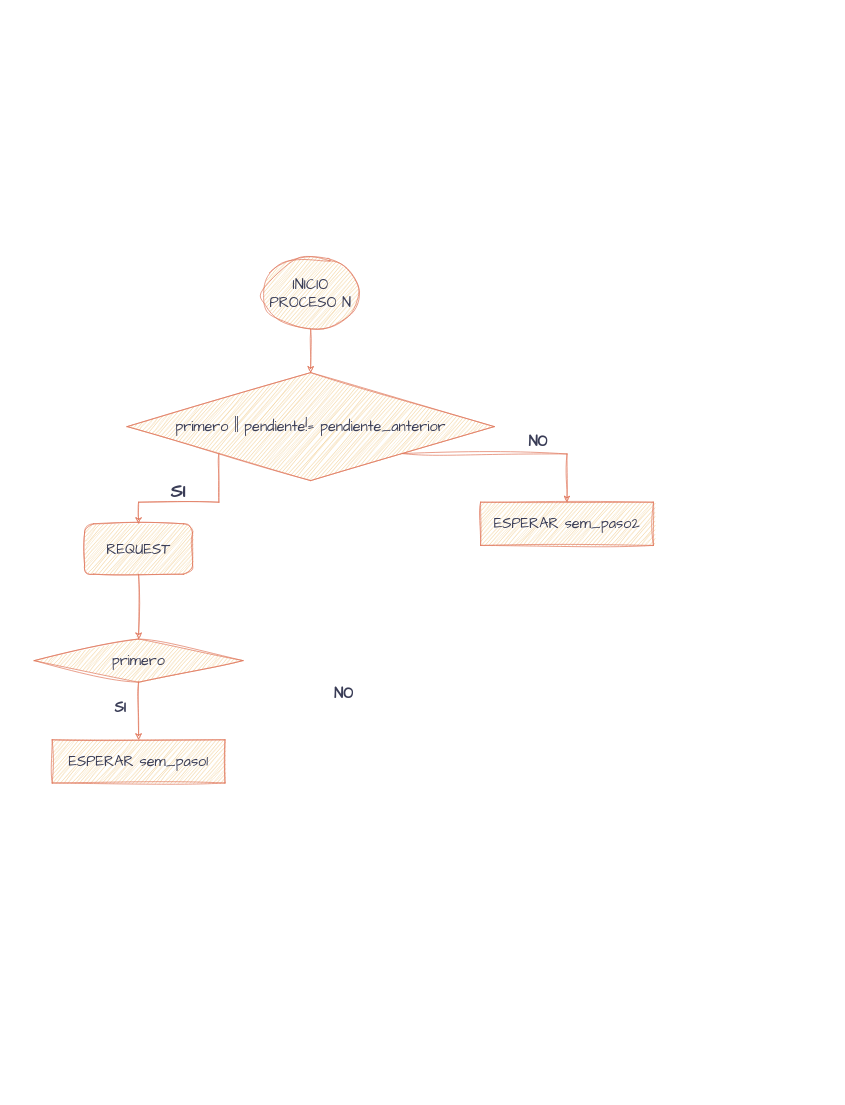
Above: Diagrama sin título.drawio in arias22/PROYECTO_CON_TICKETS (draw.io), before the change. Source tidied: cells renumbered, new cells numbered last; positions are measured from the earlier drawing's top-left corner, leaving out a move shared by most shapes. Both pictures are drawn from the tidied source at 72%, with x=0, y=0 at pixel (34, 257).
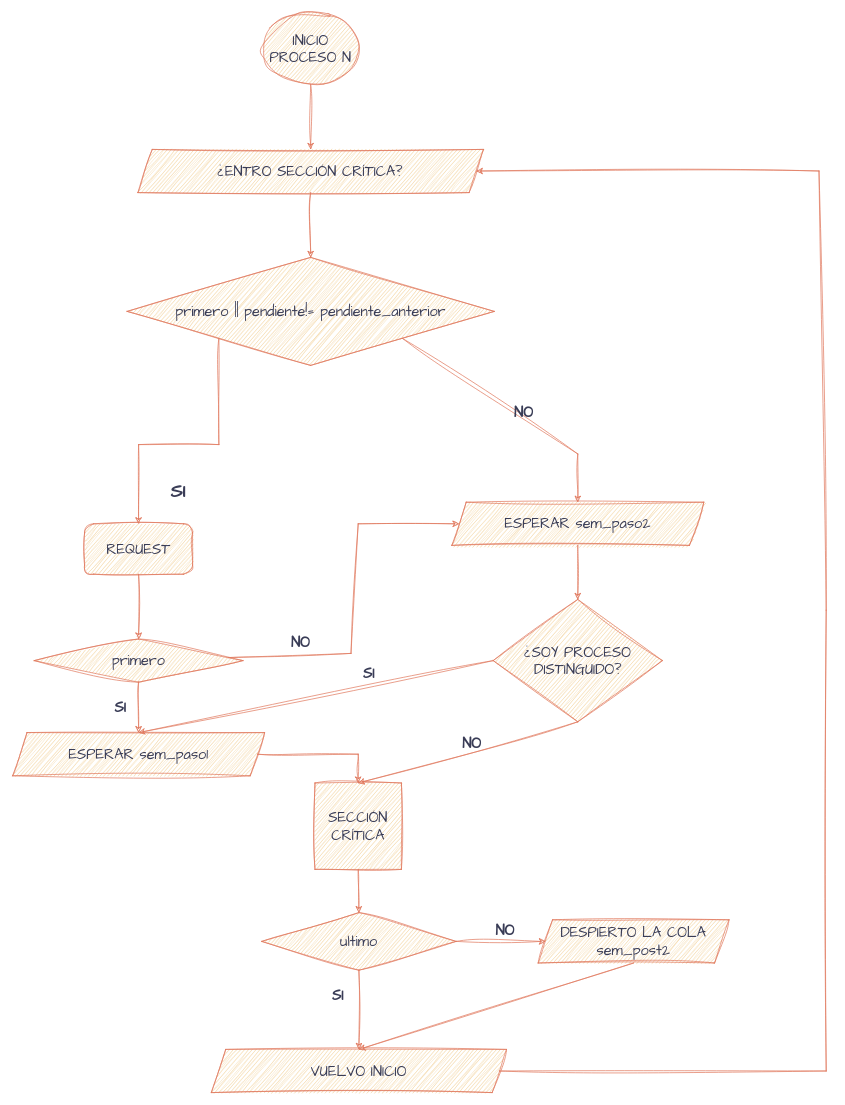
After the change.

Unchanged cells that the change refers to:
```xml
<mxCell id="9" value="primero" style="rhombus;whiteSpace=wrap;html=1;sketch=1;hachureGap=4;jiggle=2;curveFitting=1;strokeColor=#E07A5F;fontFamily=Architects Daughter;fontSize=20;fontColor=#393C56;fillColor=#F2CC8F;" parent="1" vertex="1">
  <mxGeometry y="530" width="290" height="60" as="geometry" />
</mxCell>
```

What changed in the source:
```diff
@@
     <mxCell id="2" value="INICIO PROCESO N" style="ellipse;whiteSpace=wrap;html=1;sketch=1;hachureGap=4;jiggle=2;curveFitting=1;strokeColor=#E07A5F;fontFamily=Architects Daughter;fontSize=20;fontColor=#393C56;fillColor=#F2CC8F;" parent="1" vertex="1">
-      <mxGeometry x="316" width="136" height="100" as="geometry" />
+      <mxGeometry x="316" y="-340" width="136" height="100" as="geometry" />
     </mxCell>
-    <mxCell id="3" style="endArrow=classic;html=1;rounded=0;sketch=1;hachureGap=4;jiggle=2;curveFitting=1;strokeColor=#E07A5F;fontFamily=Architects Daughter;fontSize=16;fontColor=#393C56;fillColor=#F2CC8F;exitX=0.5;exitY=1;exitDx=0;exitDy=0;entryX=0.5;entryY=0;entryDx=0;entryDy=0;" parent="1" edge="1" source="2" target="5">
-      <mxGeometry relative="1" as="geometry" />
-    </mxCell>
@@
     <mxCell id="5" value="primero || pendiente!= pendiente_anterior" style="rhombus;whiteSpace=wrap;html=1;sketch=1;hachureGap=4;jiggle=2;curveFitting=1;strokeColor=#E07A5F;fontFamily=Architects Daughter;fontSize=20;fontColor=#393C56;fillColor=#F2CC8F;" parent="1" vertex="1">
-      <mxGeometry x="129" y="160" width="510" height="150" as="geometry" />
+      <mxGeometry x="129" width="510" height="150" as="geometry" />
     </mxCell>
@@
-    <mxCell id="10" value="ESPERAR sem_paso1" style="rounded=0;whiteSpace=wrap;html=1;sketch=1;hachureGap=4;jiggle=2;curveFitting=1;strokeColor=#E07A5F;fontFamily=Architects Daughter;fontSize=20;fontColor=#393C56;fillColor=#F2CC8F;" parent="1" vertex="1">
-      <mxGeometry x="25" y="670" width="240" height="60" as="geometry" />
-    </mxCell>
-    <mxCell id="11" value="ESPERAR sem_paso2" style="rounded=0;whiteSpace=wrap;html=1;sketch=1;hachureGap=4;jiggle=2;curveFitting=1;strokeColor=#E07A5F;fontFamily=Architects Daughter;fontSize=20;fontColor=#393C56;fillColor=#F2CC8F;" parent="1" vertex="1">
-      <mxGeometry x="620" y="340" width="240" height="60" as="geometry" />
-    </mxCell>
@@
     <mxCell id="14" value="&lt;b&gt;NO&lt;/b&gt;" style="text;html=1;strokeColor=none;fillColor=none;align=center;verticalAlign=middle;whiteSpace=wrap;rounded=0;fontSize=20;fontFamily=Architects Daughter;fontColor=#393C56;" parent="1" vertex="1">
-      <mxGeometry x="400" y="590" width="60" height="30" as="geometry" />
+      <mxGeometry x="340" y="520" width="60" height="30" as="geometry" />
     </mxCell>
     <mxCell id="15" style="endArrow=classic;html=1;rounded=0;sketch=1;hachureGap=4;jiggle=2;curveFitting=1;strokeColor=#E07A5F;fontFamily=Architects Daughter;fontSize=16;fontColor=#393C56;fillColor=#F2CC8F;exitX=1;exitY=1;exitDx=0;exitDy=0;entryX=0.5;entryY=0;entryDx=0;entryDy=0;" parent="1" edge="1" source="5" target="11">
       <mxGeometry relative="1" as="geometry">
         <Array as="points">
-          <mxPoint x="740" y="273" />
+          <mxPoint x="755" y="273" />
         </Array>
       </mxGeometry>
     </mxCell>
     <mxCell id="16" value="&lt;b&gt;NO&lt;/b&gt;" style="text;html=1;strokeColor=none;fillColor=none;align=center;verticalAlign=middle;whiteSpace=wrap;rounded=0;fontSize=20;fontFamily=Architects Daughter;fontColor=#393C56;" parent="1" vertex="1">
-      <mxGeometry x="670" y="240" width="60" height="30" as="geometry" />
+      <mxGeometry x="650" y="200" width="60" height="30" as="geometry" />
     </mxCell>
+    <mxCell id="17" style="endArrow=classic;html=1;rounded=0;sketch=1;hachureGap=4;jiggle=2;curveFitting=1;strokeColor=#E07A5F;fontFamily=Architects Daughter;fontSize=16;fontColor=#393C56;fillColor=#F2CC8F;entryX=0;entryY=0.5;entryDx=0;entryDy=0;" parent="1" edge="1" source="9" target="11">
+      <mxGeometry relative="1" as="geometry">
+        <Array as="points">
+          <mxPoint x="440" y="550" />
+          <mxPoint x="450" y="370" />
+        </Array>
+      </mxGeometry>
+    </mxCell>
+    <mxCell id="10" value="ESPERAR sem_paso1" style="shape=parallelogram;perimeter=parallelogramPerimeter;whiteSpace=wrap;html=1;fixedSize=1;sketch=1;hachureGap=4;jiggle=2;curveFitting=1;strokeColor=#E07A5F;fontFamily=Architects Daughter;fontSize=20;fontColor=#393C56;fillColor=#F2CC8F;" parent="1" vertex="1">
+      <mxGeometry x="-30" y="660" width="350" height="60" as="geometry" />
+    </mxCell>
+    <mxCell id="11" value="ESPERAR sem_paso2" style="shape=parallelogram;perimeter=parallelogramPerimeter;whiteSpace=wrap;html=1;fixedSize=1;sketch=1;hachureGap=4;jiggle=2;curveFitting=1;strokeColor=#E07A5F;fontFamily=Architects Daughter;fontSize=20;fontColor=#393C56;fillColor=#F2CC8F;" parent="1" vertex="1">
+      <mxGeometry x="580" y="340" width="350" height="60" as="geometry" />
+    </mxCell>
+    <mxCell id="18" value="&lt;div&gt;SECCIÓN&lt;/div&gt;&lt;div&gt;CRÍTICA&lt;br&gt;&lt;/div&gt;" style="whiteSpace=wrap;html=1;sketch=1;hachureGap=4;jiggle=2;curveFitting=1;strokeColor=#E07A5F;fontFamily=Architects Daughter;fontSize=20;fontColor=#393C56;fillColor=#F2CC8F;" parent="1" vertex="1">
+      <mxGeometry x="390" y="730" width="120" height="120" as="geometry" />
+    </mxCell>
+    <mxCell id="19" style="endArrow=classic;html=1;rounded=0;sketch=1;hachureGap=4;jiggle=2;curveFitting=1;strokeColor=#E07A5F;fontFamily=Architects Daughter;fontSize=16;fontColor=#393C56;fillColor=#F2CC8F;exitX=1;exitY=0.5;exitDx=0;exitDy=0;entryX=0.5;entryY=0;entryDx=0;entryDy=0;" parent="1" edge="1" source="10" target="18">
+      <mxGeometry relative="1" as="geometry">
+        <Array as="points">
+          <mxPoint x="450" y="690" />
+        </Array>
+      </mxGeometry>
+    </mxCell>
+    <mxCell id="20" value="ultimo" style="rhombus;whiteSpace=wrap;html=1;sketch=1;hachureGap=4;jiggle=2;curveFitting=1;strokeColor=#E07A5F;fontFamily=Architects Daughter;fontSize=20;fontColor=#393C56;fillColor=#F2CC8F;" parent="1" vertex="1">
+      <mxGeometry x="316" y="910" width="270" height="80" as="geometry" />
+    </mxCell>
+    <mxCell id="21" style="endArrow=classic;html=1;rounded=0;sketch=1;hachureGap=4;jiggle=2;curveFitting=1;strokeColor=#E07A5F;fontFamily=Architects Daughter;fontSize=16;fontColor=#393C56;fillColor=#F2CC8F;exitX=0.5;exitY=1;exitDx=0;exitDy=0;entryX=0.5;entryY=0;entryDx=0;entryDy=0;" parent="1" edge="1" source="18" target="20">
+      <mxGeometry relative="1" as="geometry" />
+    </mxCell>
+    <mxCell id="22" style="endArrow=classic;html=1;rounded=0;sketch=1;hachureGap=4;jiggle=2;curveFitting=1;strokeColor=#E07A5F;fontFamily=Architects Daughter;fontSize=16;fontColor=#393C56;fillColor=#F2CC8F;exitX=0.5;exitY=1;exitDx=0;exitDy=0;entryX=0.5;entryY=0;entryDx=0;entryDy=0;" parent="1" edge="1" source="20" target="28">
+      <mxGeometry relative="1" as="geometry" />
+    </mxCell>
+    <mxCell id="23" value="&lt;b&gt;SI&lt;/b&gt;" style="text;html=1;strokeColor=none;fillColor=none;align=center;verticalAlign=middle;whiteSpace=wrap;rounded=0;fontSize=20;fontFamily=Architects Daughter;fontColor=#393C56;" parent="1" vertex="1">
+      <mxGeometry x="392" y="1010" width="60" height="30" as="geometry" />
+    </mxCell>
+    <mxCell id="24" style="edgeStyle=orthogonalEdgeStyle;rounded=0;sketch=1;hachureGap=4;jiggle=2;curveFitting=1;orthogonalLoop=1;jettySize=auto;html=1;exitX=0.5;exitY=1;exitDx=0;exitDy=0;strokeColor=#E07A5F;fontFamily=Architects Daughter;fontSize=16;fontColor=#393C56;fillColor=#F2CC8F;" parent="1" edge="1" source="23" target="23">
+      <mxGeometry relative="1" as="geometry" />
+    </mxCell>
+    <mxCell id="25" value="¿ENTRO SECCIÓN CRÍTICA?" style="shape=parallelogram;perimeter=parallelogramPerimeter;whiteSpace=wrap;html=1;fixedSize=1;sketch=1;hachureGap=4;jiggle=2;curveFitting=1;strokeColor=#E07A5F;fontFamily=Architects Daughter;fontSize=20;fontColor=#393C56;fillColor=#F2CC8F;" parent="1" vertex="1">
+      <mxGeometry x="144" y="-150" width="480" height="60" as="geometry" />
+    </mxCell>
+    <mxCell id="26" style="endArrow=classic;html=1;rounded=0;sketch=1;hachureGap=4;jiggle=2;curveFitting=1;strokeColor=#E07A5F;fontFamily=Architects Daughter;fontSize=16;fontColor=#393C56;fillColor=#F2CC8F;exitX=0.5;exitY=1;exitDx=0;exitDy=0;entryX=0.5;entryY=0;entryDx=0;entryDy=0;" parent="1" edge="1" source="25" target="5">
+      <mxGeometry relative="1" as="geometry" />
+    </mxCell>
+    <mxCell id="27" style="endArrow=classic;html=1;rounded=0;sketch=1;hachureGap=4;jiggle=2;curveFitting=1;strokeColor=#E07A5F;fontFamily=Architects Daughter;fontSize=16;fontColor=#393C56;fillColor=#F2CC8F;exitX=0.5;exitY=1;exitDx=0;exitDy=0;entryX=0.5;entryY=0;entryDx=0;entryDy=0;" parent="1" edge="1" source="2" target="25">
+      <mxGeometry relative="1" as="geometry" />
+    </mxCell>
+    <mxCell id="28" value="VUELVO INICIO" style="shape=parallelogram;perimeter=parallelogramPerimeter;whiteSpace=wrap;html=1;fixedSize=1;sketch=1;hachureGap=4;jiggle=2;curveFitting=1;strokeColor=#E07A5F;fontFamily=Architects Daughter;fontSize=20;fontColor=#393C56;fillColor=#F2CC8F;" parent="1" vertex="1">
+      <mxGeometry x="246" y="1100" width="410" height="60" as="geometry" />
+    </mxCell>
+    <mxCell id="29" style="endArrow=classic;html=1;rounded=0;sketch=1;hachureGap=4;jiggle=2;curveFitting=1;strokeColor=#E07A5F;fontFamily=Architects Daughter;fontSize=16;fontColor=#393C56;fillColor=#F2CC8F;exitX=1;exitY=0.5;exitDx=0;exitDy=0;entryX=1;entryY=0.5;entryDx=0;entryDy=0;" parent="1" edge="1" source="28" target="25">
+      <mxGeometry relative="1" as="geometry">
+        <Array as="points">
+          <mxPoint x="1100" y="1130" />
+          <mxPoint x="1100" y="490" />
+          <mxPoint x="1090" y="-120" />
+        </Array>
+      </mxGeometry>
+    </mxCell>
+    <mxCell id="30" value="&lt;b&gt;NO&lt;/b&gt;" style="text;html=1;strokeColor=none;fillColor=none;align=center;verticalAlign=middle;whiteSpace=wrap;rounded=0;fontSize=20;fontFamily=Architects Daughter;fontColor=#393C56;" parent="1" vertex="1">
+      <mxGeometry x="624" y="920" width="60" height="30" as="geometry" />
+    </mxCell>
+    <mxCell id="31" value="¿SOY PROCESO DISTINGUIDO?" style="rhombus;whiteSpace=wrap;html=1;sketch=1;hachureGap=4;jiggle=2;curveFitting=1;strokeColor=#E07A5F;fontFamily=Architects Daughter;fontSize=20;fontColor=#393C56;fillColor=#F2CC8F;" parent="1" vertex="1">
+      <mxGeometry x="637.5" y="475" width="235" height="170" as="geometry" />
+    </mxCell>
+    <mxCell id="32" style="endArrow=classic;html=1;rounded=0;sketch=1;hachureGap=4;jiggle=2;curveFitting=1;strokeColor=#E07A5F;fontFamily=Architects Daughter;fontSize=16;fontColor=#393C56;fillColor=#F2CC8F;exitX=0.5;exitY=1;exitDx=0;exitDy=0;entryX=0.5;entryY=0;entryDx=0;entryDy=0;" parent="1" edge="1" source="11" target="31">
+      <mxGeometry relative="1" as="geometry" />
+    </mxCell>
+    <mxCell id="33" value="&lt;div&gt;DESPIERTO LA COLA&lt;/div&gt;&lt;div&gt;sem_post2&lt;br&gt;&lt;/div&gt;" style="shape=parallelogram;perimeter=parallelogramPerimeter;whiteSpace=wrap;html=1;fixedSize=1;sketch=1;hachureGap=4;jiggle=2;curveFitting=1;strokeColor=#E07A5F;fontFamily=Architects Daughter;fontSize=20;fontColor=#393C56;fillColor=#F2CC8F;" parent="1" vertex="1">
+      <mxGeometry x="700" y="920" width="265" height="60" as="geometry" />
+    </mxCell>
+    <mxCell id="34" style="endArrow=classic;html=1;rounded=0;sketch=1;hachureGap=4;jiggle=2;curveFitting=1;strokeColor=#E07A5F;fontFamily=Architects Daughter;fontSize=16;fontColor=#393C56;fillColor=#F2CC8F;exitX=1;exitY=0.5;exitDx=0;exitDy=0;entryX=0;entryY=0.5;entryDx=0;entryDy=0;" parent="1" edge="1" source="20" target="33">
+      <mxGeometry relative="1" as="geometry" />
+    </mxCell>
+    <mxCell id="35" style="endArrow=classic;html=1;rounded=0;sketch=1;hachureGap=4;jiggle=2;curveFitting=1;strokeColor=#E07A5F;fontFamily=Architects Daughter;fontSize=16;fontColor=#393C56;fillColor=#F2CC8F;exitX=0.5;exitY=1;exitDx=0;exitDy=0;entryX=0.5;entryY=0;entryDx=0;entryDy=0;" parent="1" edge="1" source="33" target="28">
+      <mxGeometry relative="1" as="geometry" />
+    </mxCell>
+    <mxCell id="36" style="endArrow=classic;html=1;rounded=0;sketch=1;hachureGap=4;jiggle=2;curveFitting=1;strokeColor=#E07A5F;fontFamily=Architects Daughter;fontSize=16;fontColor=#393C56;fillColor=#F2CC8F;exitX=0;exitY=0.5;exitDx=0;exitDy=0;entryX=0.5;entryY=0;entryDx=0;entryDy=0;" parent="1" edge="1" source="31" target="10">
+      <mxGeometry relative="1" as="geometry" />
+    </mxCell>
+    <mxCell id="37" value="&lt;b&gt;SI&lt;/b&gt;" style="text;html=1;strokeColor=none;fillColor=none;align=center;verticalAlign=middle;whiteSpace=wrap;rounded=0;fontSize=20;fontFamily=Architects Daughter;fontColor=#393C56;" parent="1" vertex="1">
+      <mxGeometry x="430" y="560" width="70" height="35" as="geometry" />
+    </mxCell>
+    <mxCell id="38" value="&lt;b&gt;NO&lt;/b&gt;" style="text;html=1;strokeColor=none;fillColor=none;align=center;verticalAlign=middle;whiteSpace=wrap;rounded=0;fontSize=20;fontFamily=Architects Daughter;fontColor=#393C56;" parent="1" vertex="1">
+      <mxGeometry x="577.5" y="660" width="60" height="30" as="geometry" />
+    </mxCell>
+    <mxCell id="39" style="endArrow=classic;html=1;rounded=0;sketch=1;hachureGap=4;jiggle=2;curveFitting=1;strokeColor=#E07A5F;fontFamily=Architects Daughter;fontSize=16;fontColor=#393C56;fillColor=#F2CC8F;exitX=0.5;exitY=1;exitDx=0;exitDy=0;entryX=0.5;entryY=0;entryDx=0;entryDy=0;" parent="1" edge="1" source="31" target="18">
+      <mxGeometry relative="1" as="geometry" />
+    </mxCell>
```
